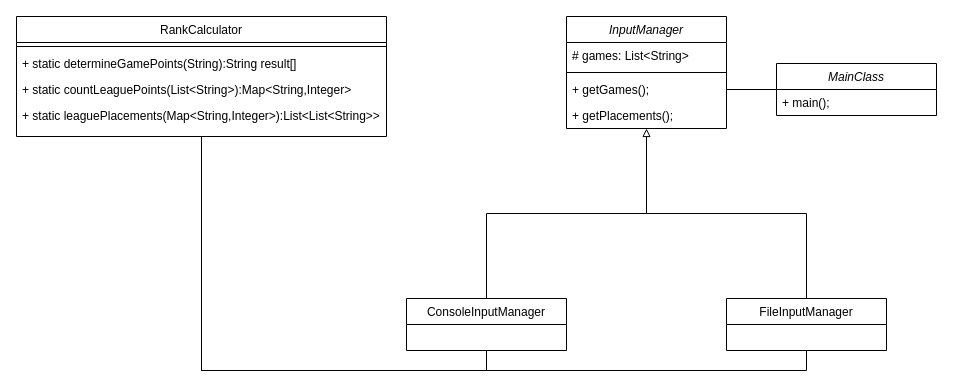
Earlier version of the draw.io diagram ClassDiagram.drawio (ElGamerBroChris/SPAN_INTERVIEW). Source tidied: cells renumbered, new cells numbered last; positions are measured from the earlier drawing's top-left corner, leaving out a move shared by most shapes. Both pictures are drawn from the tidied source at 100%, with x=0, y=0 at pixel (16, 16).
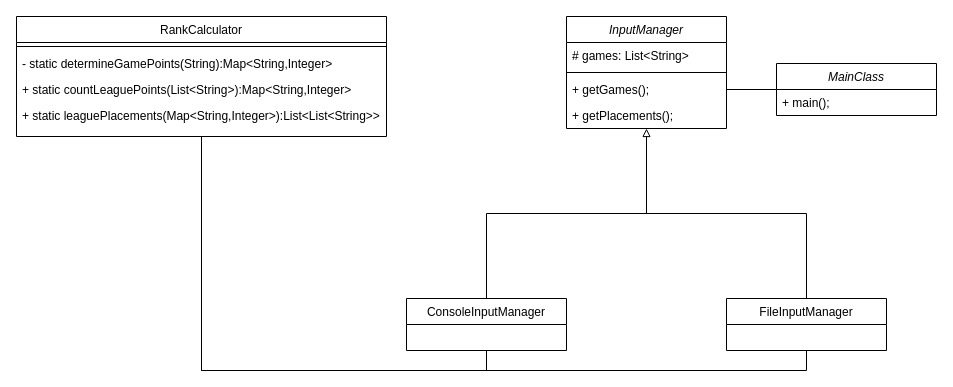
The same diagram, later.

Commit message:
changing a method to private

The change refers to these unchanged cells:
```xml
<mxCell id="13" value="RankCalculator" style="swimlane;fontStyle=0;align=center;verticalAlign=top;horizontal=1;startSize=26;rounded=0;shadow=0;strokeWidth=1;" parent="1" vertex="1">
  <mxGeometry width="370" height="120" as="geometry" />
</mxCell>
```

Diff of the diagram source:
```diff
@@
-    <mxCell id="15" value="+ static determineGamePoints(String):String result[]" style="text;align=left;verticalAlign=top;spacingLeft=4;spacingRight=4;overflow=hidden;" parent="13" vertex="1">
+    <mxCell id="15" value="- static determineGamePoints(String):Map&lt;String,Integer&gt;" style="text;align=left;verticalAlign=top;spacingLeft=4;spacingRight=4;overflow=hidden;" parent="13" vertex="1">
       <mxGeometry y="34" width="370" height="26" as="geometry" />
     </mxCell>
```
